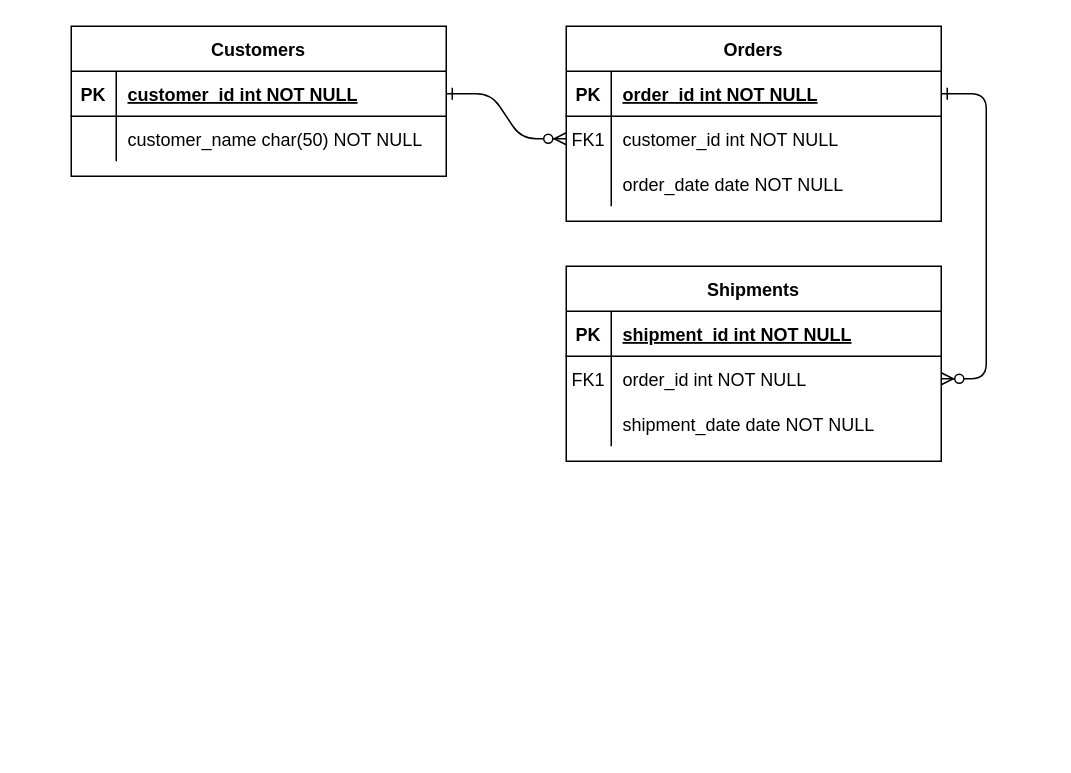
Above: Diagrama sem nome.drawio in pmarangon/ConceitualZero-DataBase-Experience (draw.io), before the change. Source tidied: cells renumbered, new cells numbered last; positions are measured from the earlier drawing's top-left corner, leaving out a move shared by most shapes. Both pictures are drawn from the tidied source at 150%, with x=0, y=0 at pixel (70, 26).
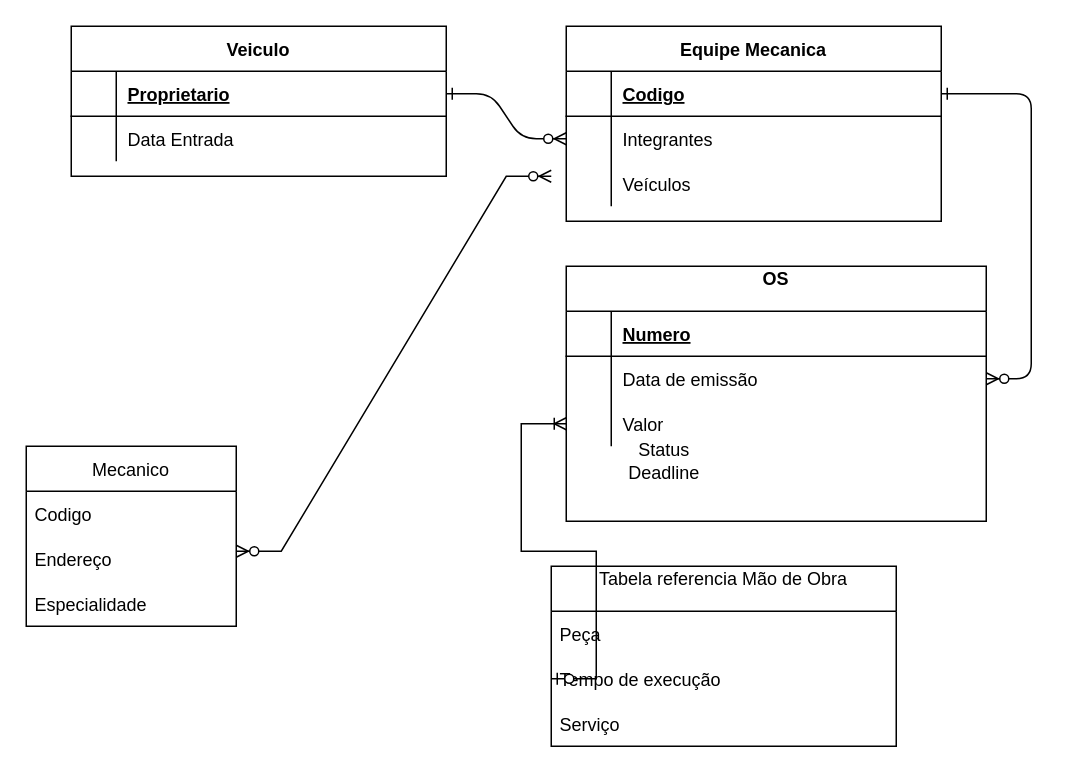
The same page after the edit.

Unchanged cells that the change refers to:
```xml
<mxCell id="5" style="shape=partialRectangle;fillColor=none;points=[[0,0.5],[1,0.5]];portConstraint=eastwest;top=0;left=0;right=0;bottom=1;" parent="4" vertex="1">
  <mxGeometry y="30" width="250" height="30" as="geometry" />
</mxCell>
<mxCell id="8" style="shape=partialRectangle;fillColor=none;points=[[0,0.5],[1,0.5]];portConstraint=eastwest;top=0;left=0;right=0;bottom=0;" parent="4" vertex="1">
  <mxGeometry y="60" width="250" height="30" as="geometry" />
</mxCell>
<mxCell id="11" style="shape=partialRectangle;fillColor=none;top=0;left=0;right=0;bottom=0;" parent="4" vertex="1">
  <mxGeometry y="90" width="250" height="30" as="geometry" />
</mxCell>
<mxCell id="25" style="shape=partialRectangle;fillColor=none;points=[[0,0.5],[1,0.5]];portConstraint=eastwest;top=0;left=0;right=0;bottom=1;" parent="24" vertex="1">
  <mxGeometry y="30" width="250" height="30" as="geometry" />
</mxCell>
<mxCell id="28" style="shape=partialRectangle;fillColor=none;top=0;left=0;right=0;bottom=0;" parent="24" vertex="1">
  <mxGeometry y="60" width="250" height="30" as="geometry" />
</mxCell>
```

Diff of the diagram source:
```diff
@@
-    <mxCell id="4" value="Orders" style="shape=table;startSize=30;childLayout=tableLayout;rowLines=0;fontStyle=1;align=center;" parent="1" vertex="1">
+    <mxCell id="4" value="Equipe Mecanica" style="shape=table;startSize=30;childLayout=tableLayout;rowLines=0;fontStyle=1;align=center;" parent="1" vertex="1">
       <mxGeometry x="330" width="250" height="130" as="geometry" />
     </mxCell>
@@
-    <mxCell id="6" value="PK" style="shape=partialRectangle;overflow=hidden;fillColor=none;top=0;left=0;bottom=0;right=0;fontStyle=1;" parent="5" vertex="1">
+    <mxCell id="6" style="shape=partialRectangle;overflow=hidden;fillColor=none;top=0;left=0;bottom=0;right=0;fontStyle=1;" parent="5" vertex="1">
       <mxGeometry width="30" height="30" as="geometry" />
     </mxCell>
-    <mxCell id="7" value="order_id int NOT NULL " style="shape=partialRectangle;overflow=hidden;fillColor=none;top=0;left=0;bottom=0;right=0;align=left;spacingLeft=6;fontStyle=5;" parent="5" vertex="1">
+    <mxCell id="7" value="Codigo" style="shape=partialRectangle;overflow=hidden;fillColor=none;top=0;left=0;bottom=0;right=0;align=left;spacingLeft=6;fontStyle=5;" parent="5" vertex="1">
       <mxGeometry x="30" width="220" height="30" as="geometry" />
     </mxCell>
@@
-    <mxCell id="9" value="FK1" style="shape=partialRectangle;overflow=hidden;fillColor=none;top=0;left=0;bottom=0;right=0;" parent="8" vertex="1">
+    <mxCell id="9" style="shape=partialRectangle;overflow=hidden;fillColor=none;top=0;left=0;bottom=0;right=0;" parent="8" vertex="1">
       <mxGeometry width="30" height="30" as="geometry" />
     </mxCell>
-    <mxCell id="10" value="customer_id int NOT NULL" style="shape=partialRectangle;overflow=hidden;fillColor=none;top=0;left=0;bottom=0;right=0;align=left;spacingLeft=6;" parent="8" vertex="1">
+    <mxCell id="10" value="Integrantes" style="shape=partialRectangle;overflow=hidden;fillColor=none;top=0;left=0;bottom=0;right=0;align=left;spacingLeft=6;" parent="8" vertex="1">
       <mxGeometry x="30" width="220" height="30" as="geometry" />
     </mxCell>
@@
-    <mxCell id="13" value="order_date date NOT NULL" style="shape=partialRectangle;overflow=hidden;fillColor=none;top=0;left=0;bottom=0;right=0;align=left;spacingLeft=6;" parent="11" vertex="1">
+    <mxCell id="13" value="Veículos" style="shape=partialRectangle;overflow=hidden;fillColor=none;top=0;left=0;bottom=0;right=0;align=left;spacingLeft=6;" parent="11" vertex="1">
       <mxGeometry x="30" width="220" height="30" as="geometry" />
     </mxCell>
-    <mxCell id="14" value="Shipments" style="shape=table;startSize=30;childLayout=tableLayout;rowLines=0;fontStyle=1;align=center;" parent="1" vertex="1">
-      <mxGeometry x="330" y="160" width="250" height="130" as="geometry" />
+    <mxCell id="14" value="OS&#10;" style="shape=table;startSize=30;childLayout=tableLayout;rowLines=0;fontStyle=1;align=center;" parent="1" vertex="1">
+      <mxGeometry x="330" y="160" width="280" height="170" as="geometry" />
     </mxCell>
     <mxCell id="15" style="shape=partialRectangle;fillColor=none;top=0;left=0;right=0;bottom=1;" parent="14" vertex="1">
-      <mxGeometry y="30" width="250" height="30" as="geometry" />
+      <mxGeometry y="30" width="280" height="30" as="geometry" />
     </mxCell>
-    <mxCell id="16" value="PK" style="shape=partialRectangle;overflow=hidden;fillColor=none;top=0;left=0;bottom=0;right=0;fontStyle=1;" parent="15" vertex="1">
+    <mxCell id="16" style="shape=partialRectangle;overflow=hidden;fillColor=none;top=0;left=0;bottom=0;right=0;fontStyle=1;" parent="15" vertex="1">
       <mxGeometry width="30" height="30" as="geometry" />
     </mxCell>
-    <mxCell id="17" value="shipment_id int NOT NULL " style="shape=partialRectangle;overflow=hidden;fillColor=none;top=0;left=0;bottom=0;right=0;align=left;spacingLeft=6;fontStyle=5;" parent="15" vertex="1">
-      <mxGeometry x="30" width="220" height="30" as="geometry" />
+    <mxCell id="17" value="Numero" style="shape=partialRectangle;overflow=hidden;fillColor=none;top=0;left=0;bottom=0;right=0;align=left;spacingLeft=6;fontStyle=5;" parent="15" vertex="1">
+      <mxGeometry x="30" width="250" height="30" as="geometry" />
     </mxCell>
     <mxCell id="18" style="shape=partialRectangle;fillColor=none;points=[[0,0.5],[1,0.5]];portConstraint=eastwest;top=0;left=0;right=0;bottom=0;" parent="14" vertex="1">
-      <mxGeometry y="60" width="250" height="30" as="geometry" />
+      <mxGeometry y="60" width="280" height="30" as="geometry" />
     </mxCell>
-    <mxCell id="19" value="FK1" style="shape=partialRectangle;overflow=hidden;fillColor=none;top=0;left=0;bottom=0;right=0;" parent="18" vertex="1">
+    <mxCell id="19" style="shape=partialRectangle;overflow=hidden;fillColor=none;top=0;left=0;bottom=0;right=0;" parent="18" vertex="1">
       <mxGeometry width="30" height="30" as="geometry" />
     </mxCell>
-    <mxCell id="20" value="order_id int NOT NULL" style="shape=partialRectangle;overflow=hidden;fillColor=none;top=0;left=0;bottom=0;right=0;align=left;spacingLeft=6;" parent="18" vertex="1">
-      <mxGeometry x="30" width="220" height="30" as="geometry" />
+    <mxCell id="20" value="Data de emissão" style="shape=partialRectangle;overflow=hidden;fillColor=none;top=0;left=0;bottom=0;right=0;align=left;spacingLeft=6;" parent="18" vertex="1">
+      <mxGeometry x="30" width="250" height="30" as="geometry" />
     </mxCell>
     <mxCell id="21" style="shape=partialRectangle;fillColor=none;points=[[0,0.5],[1,0.5]];portConstraint=eastwest;top=0;left=0;right=0;bottom=0;" parent="14" vertex="1">
-      <mxGeometry y="90" width="250" height="30" as="geometry" />
+      <mxGeometry y="90" width="280" height="30" as="geometry" />
     </mxCell>
@@
-    <mxCell id="23" value="shipment_date date NOT NULL" style="shape=partialRectangle;overflow=hidden;fillColor=none;top=0;left=0;bottom=0;right=0;align=left;spacingLeft=6;" parent="21" vertex="1">
-      <mxGeometry x="30" width="220" height="30" as="geometry" />
+    <mxCell id="23" value="Valor" style="shape=partialRectangle;overflow=hidden;fillColor=none;top=0;left=0;bottom=0;right=0;align=left;spacingLeft=6;" parent="21" vertex="1">
+      <mxGeometry x="30" width="250" height="30" as="geometry" />
     </mxCell>
-    <mxCell id="24" value="Customers" style="shape=table;startSize=30;childLayout=tableLayout;rowLines=0;fontStyle=1;align=center;" parent="1" vertex="1">
+    <mxCell id="24" value="Veiculo" style="shape=table;startSize=30;childLayout=tableLayout;rowLines=0;fontStyle=1;align=center;" parent="1" vertex="1">
       <mxGeometry width="250" height="100" as="geometry" />
     </mxCell>
@@
-    <mxCell id="26" value="PK" style="shape=partialRectangle;overflow=hidden;fillColor=none;top=0;left=0;bottom=0;right=0;fontStyle=1;" parent="25" vertex="1">
+    <mxCell id="26" style="shape=partialRectangle;overflow=hidden;fillColor=none;top=0;left=0;bottom=0;right=0;fontStyle=1;" parent="25" vertex="1">
       <mxGeometry width="30" height="30" as="geometry" />
     </mxCell>
-    <mxCell id="27" value="customer_id int NOT NULL " style="shape=partialRectangle;overflow=hidden;fillColor=none;top=0;left=0;bottom=0;right=0;align=left;spacingLeft=6;fontStyle=5;" parent="25" vertex="1">
+    <mxCell id="27" value="Proprietario" style="shape=partialRectangle;overflow=hidden;fillColor=none;top=0;left=0;bottom=0;right=0;align=left;spacingLeft=6;fontStyle=5;" parent="25" vertex="1">
       <mxGeometry x="30" width="220" height="30" as="geometry" />
     </mxCell>
@@
-    <mxCell id="30" value="customer_name char(50) NOT NULL" style="shape=partialRectangle;overflow=hidden;fillColor=none;top=0;left=0;bottom=0;right=0;align=left;spacingLeft=6;" parent="28" vertex="1">
+    <mxCell id="30" value="Data Entrada" style="shape=partialRectangle;overflow=hidden;fillColor=none;top=0;left=0;bottom=0;right=0;align=left;spacingLeft=6;" parent="28" vertex="1">
       <mxGeometry x="30" width="220" height="30" as="geometry" />
     </mxCell>
+    <mxCell id="31" value="Mecanico" style="swimlane;fontStyle=0;horizontal=1;startSize=30;" parent="1" vertex="1">
+      <mxGeometry x="-30" y="280" width="140" height="120" as="geometry" />
+    </mxCell>
+    <mxCell id="32" value="Codigo" style="text;strokeColor=none;fillColor=none;align=left;verticalAlign=middle;spacingLeft=4;spacingRight=4;overflow=hidden;" parent="31" vertex="1">
+      <mxGeometry y="30" width="140" height="30" as="geometry" />
+    </mxCell>
+    <mxCell id="33" value="Endereço" style="text;strokeColor=none;fillColor=none;align=left;verticalAlign=middle;spacingLeft=4;spacingRight=4;overflow=hidden;" parent="31" vertex="1">
+      <mxGeometry y="60" width="140" height="30" as="geometry" />
+    </mxCell>
+    <mxCell id="34" value="Especialidade" style="text;strokeColor=none;fillColor=none;align=left;verticalAlign=middle;spacingLeft=4;spacingRight=4;overflow=hidden;" parent="31" vertex="1">
+      <mxGeometry y="90" width="140" height="30" as="geometry" />
+    </mxCell>
+    <mxCell id="35" value="Tabela referencia Mão de Obra&#10;" style="swimlane;fontStyle=0;horizontal=1;startSize=30;" parent="1" vertex="1">
+      <mxGeometry x="320" y="360" width="230" height="120" as="geometry" />
+    </mxCell>
+    <mxCell id="36" value="Peça" style="text;strokeColor=none;fillColor=none;align=left;verticalAlign=middle;spacingLeft=4;spacingRight=4;overflow=hidden;" parent="35" vertex="1">
+      <mxGeometry y="30" width="230" height="30" as="geometry" />
+    </mxCell>
+    <mxCell id="37" value="Tempo de execução" style="text;strokeColor=none;fillColor=none;align=left;verticalAlign=middle;spacingLeft=4;spacingRight=4;overflow=hidden;points=[[0,0.5],[1,0.5]];portConstraint=eastwest;" parent="35" vertex="1">
+      <mxGeometry y="60" width="230" height="30" as="geometry" />
+    </mxCell>
+    <mxCell id="38" value="Serviço" style="text;strokeColor=none;fillColor=none;align=left;verticalAlign=middle;spacingLeft=4;spacingRight=4;overflow=hidden;" parent="35" vertex="1">
+      <mxGeometry y="90" width="230" height="30" as="geometry" />
+    </mxCell>
+    <mxCell id="39" value="Status&lt;br&gt;Deadline" style="text;html=1;align=center;verticalAlign=middle;fillColor=none;strokeColor=none;rounded=0;" parent="1" vertex="1">
+      <mxGeometry x="360" y="270" width="70" height="40" as="geometry" />
+    </mxCell>
+    <mxCell id="40" style="edgeStyle=entityRelationEdgeStyle;fontSize=12;html=1;endArrow=ERzeroToMany;endFill=1;startArrow=ERzeroToMany;rounded=0;" parent="1" edge="1">
+      <mxGeometry relative="1" as="geometry">
+        <mxPoint x="110" y="350" as="sourcePoint" />
+        <mxPoint x="320" y="100" as="targetPoint" />
+      </mxGeometry>
+    </mxCell>
+    <mxCell id="41" style="edgeStyle=entityRelationEdgeStyle;fontSize=12;html=1;endArrow=ERoneToMany;startArrow=ERzeroToOne;rounded=0;entryX=0;entryY=0.5;entryDx=0;entryDy=0;exitX=0;exitY=0.5;exitDx=0;exitDy=0;" parent="1" edge="1" source="37" target="21">
+      <mxGeometry relative="1" as="geometry" />
+    </mxCell>
```
